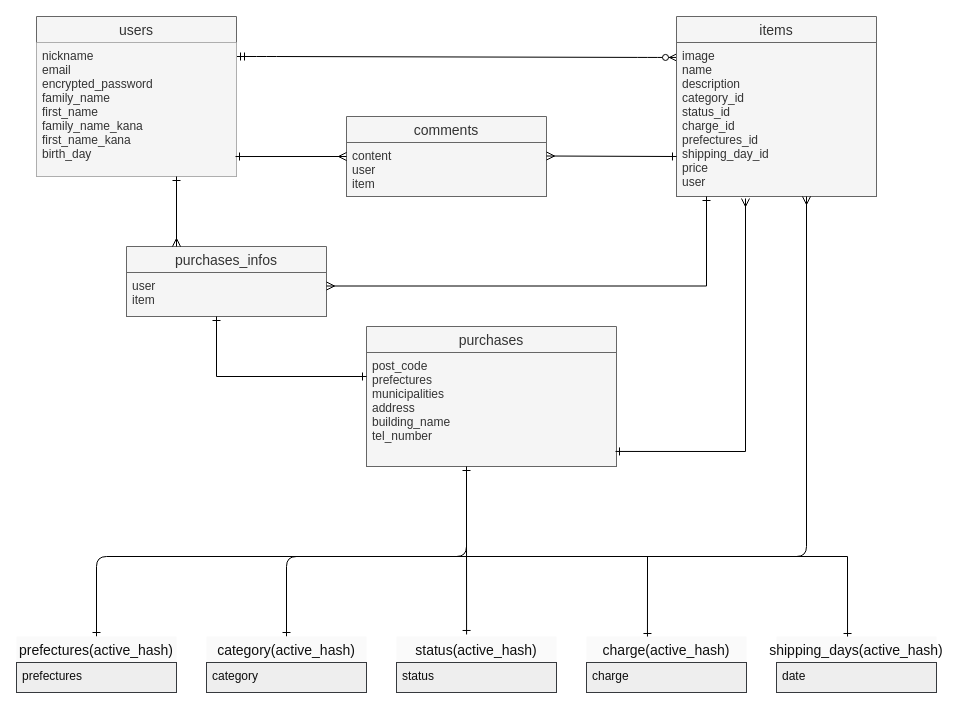
The draw.io diagram er.dio in TT38294/furima-37409, before the edit. Source tidied: cells renumbered, new cells numbered last; positions are measured from the earlier drawing's top-left corner, leaving out a move shared by most shapes. Both pictures are drawn from the tidied source at 100%, with x=0, y=0 at pixel (16, 16).
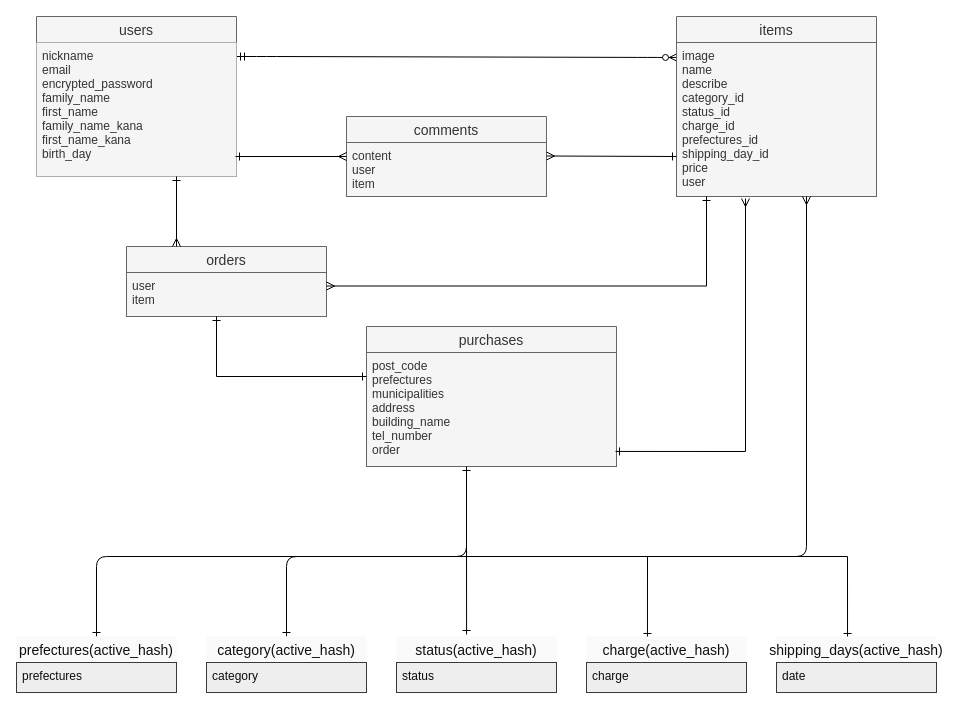
The same diagram, later.

Unchanged cells that the change refers to:
```xml
<mxCell id="5" value="purchases" style="swimlane;fontStyle=0;horizontal=1;startSize=26;align=center;fontSize=14;fillColor=#f5f5f5;fontColor=#333333;strokeColor=#666666;" parent="1" vertex="1">
  <mxGeometry x="350" y="310" width="250" height="140" as="geometry" />
</mxCell>
<mxCell id="9" value="items" style="swimlane;fontStyle=0;horizontal=1;startSize=26;align=center;fontSize=14;fillColor=#f5f5f5;fontColor=#333333;strokeColor=#666666;" parent="1" vertex="1">
  <mxGeometry x="660" width="200" height="180" as="geometry" />
</mxCell>
```

Diff of the diagram source:
```diff
@@
-    <mxCell id="6" value="post_code&#10;prefectures&#10;municipalities&#10;address&#10;building_name&#10;tel_number" style="text;strokeColor=#666666;fillColor=#f5f5f5;spacingLeft=4;spacingRight=4;overflow=hidden;points=[[0,0.5],[1,0.5]];portConstraint=eastwest;fontSize=12;fontColor=#333333;" parent="5" vertex="1">
+    <mxCell id="6" value="post_code&#10;prefectures&#10;municipalities&#10;address&#10;building_name&#10;tel_number&#10;order" style="text;strokeColor=#666666;fillColor=#f5f5f5;spacingLeft=4;spacingRight=4;overflow=hidden;points=[[0,0.5],[1,0.5]];portConstraint=eastwest;fontSize=12;fontColor=#333333;" parent="5" vertex="1">
       <mxGeometry y="26" width="250" height="114" as="geometry" />
     </mxCell>
@@
-    <mxCell id="10" value="image&#10;name&#10;description&#10;category_id&#10;status_id&#10;charge_id&#10;prefectures_id&#10;shipping_day_id&#10;price&#10;user" style="text;strokeColor=#666666;fillColor=#f5f5f5;spacingLeft=4;spacingRight=4;overflow=hidden;points=[[0,0.5],[1,0.5]];portConstraint=eastwest;fontSize=12;fontColor=#333333;" parent="9" vertex="1">
+    <mxCell id="10" value="image&#10;name&#10;describe&#10;category_id&#10;status_id&#10;charge_id&#10;prefectures_id&#10;shipping_day_id&#10;price&#10;user" style="text;strokeColor=#666666;fillColor=#f5f5f5;spacingLeft=4;spacingRight=4;overflow=hidden;points=[[0,0.5],[1,0.5]];portConstraint=eastwest;fontSize=12;fontColor=#333333;" parent="9" vertex="1">
       <mxGeometry y="26" width="200" height="154" as="geometry" />
     </mxCell>
@@
-    <mxCell id="31" value="purchases_infos" style="swimlane;fontStyle=0;horizontal=1;startSize=26;align=center;fontSize=14;fillColor=#f5f5f5;fontColor=#333333;strokeColor=#666666;" parent="1" vertex="1">
+    <mxCell id="31" value="orders" style="swimlane;fontStyle=0;horizontal=1;startSize=26;align=center;fontSize=14;fillColor=#f5f5f5;fontColor=#333333;strokeColor=#666666;" parent="1" vertex="1">
       <mxGeometry x="110" y="230" width="200" height="70" as="geometry" />
     </mxCell>
```
